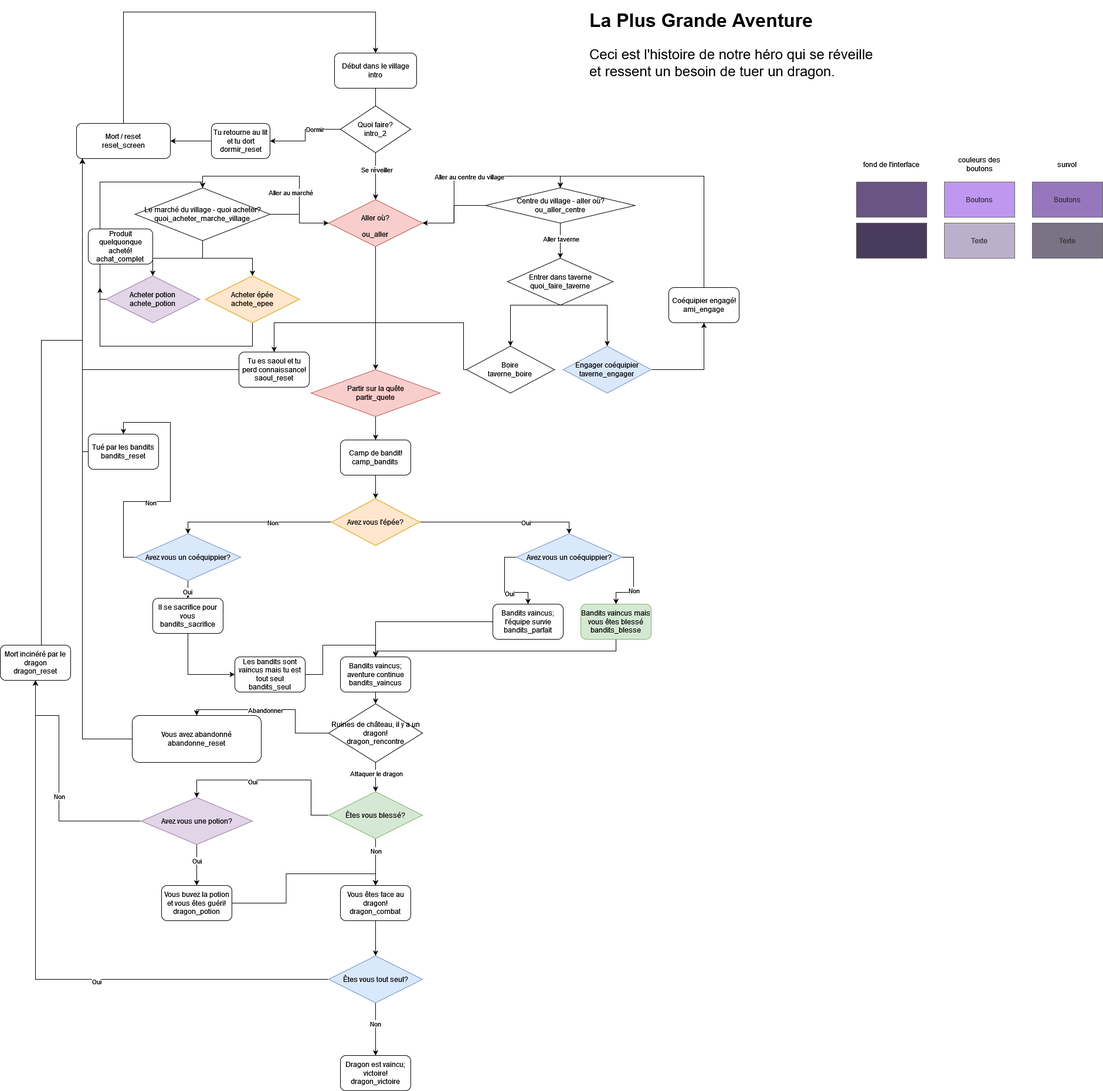
Earlier version of the draw.io export assets/images/grande_aventure.drawio.png (joeballls/vous-etes-le-heros-la-plus-grande-aventure). Source tidied: cells renumbered, new cells last; positions are measured from the earlier drawing's top-left corner, leaving out a move shared by most shapes.
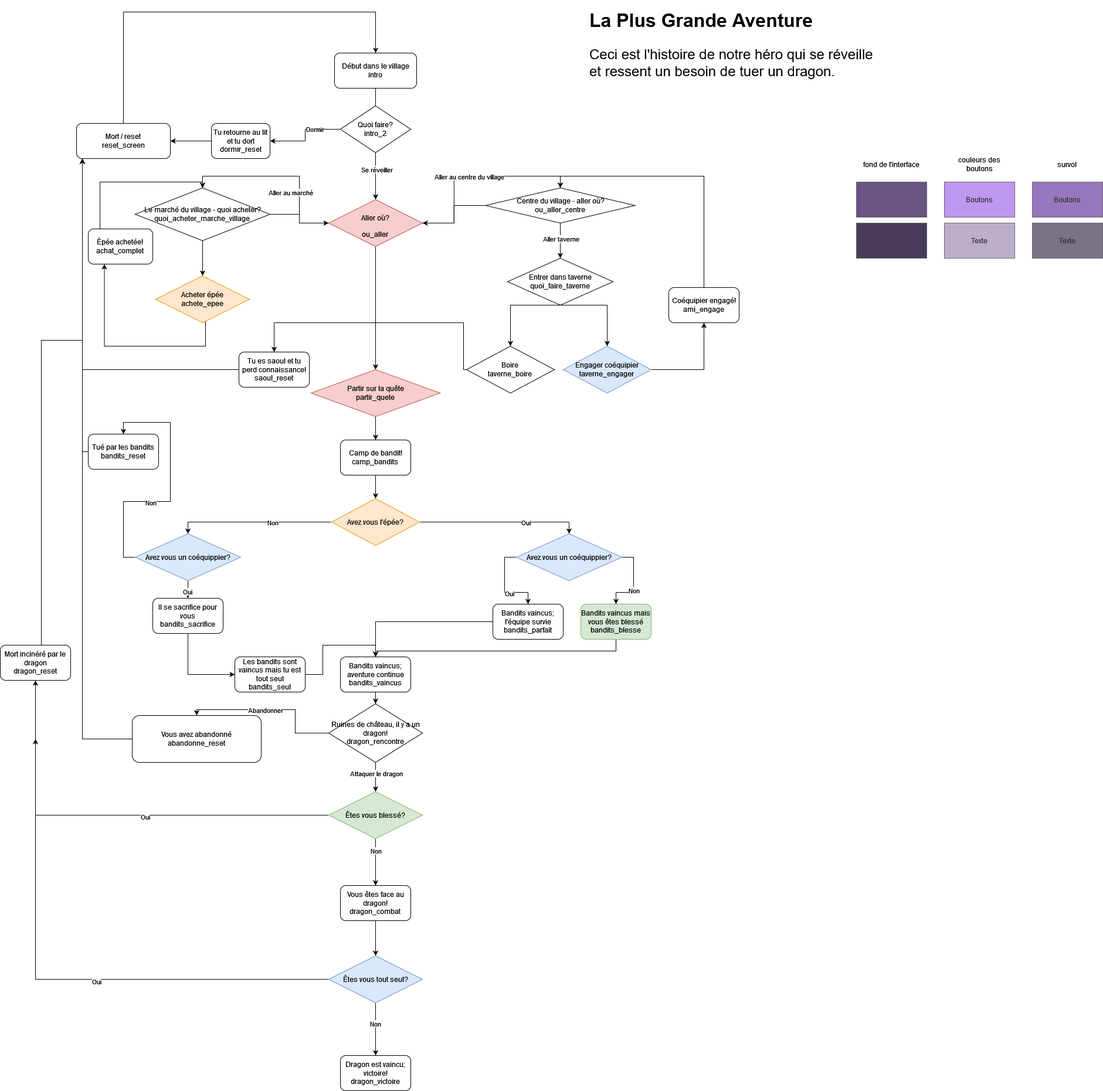
After the change.

Diff of the diagram source:
```diff
@@ -33,9 +33,6 @@
     <mxCell id="10" value="&lt;div&gt;&lt;font style=&quot;font-size: 12px;&quot; face=&quot;Helvetica&quot;&gt;Aller &lt;span class=&quot;VIiyi&quot; lang=&quot;fr&quot;&gt;&lt;span class=&quot;JLqJ4b ChMk0b&quot;&gt;&lt;span class=&quot;Q4iAWc&quot;&gt;où?&lt;/span&gt;&lt;/span&gt;&lt;/span&gt;&lt;/font&gt;&lt;/div&gt;&lt;div&gt;&lt;font style=&quot;font-size: 12px;&quot; face=&quot;Helvetica&quot;&gt;&lt;span class=&quot;VIiyi&quot; lang=&quot;fr&quot;&gt;&lt;span class=&quot;JLqJ4b ChMk0b&quot;&gt;&lt;span class=&quot;Q4iAWc&quot;&gt;ou_aller&lt;br&gt;&lt;/span&gt;&lt;/span&gt;&lt;/span&gt;&lt;/font&gt;&lt;/div&gt;" style="rhombus;whiteSpace=wrap;html=1;fontFamily=Comic Sans MS;fontSize=24;fillColor=#f8cecc;strokeColor=#b85450;" parent="1" vertex="1">
       <mxGeometry x="560" y="330" width="160" height="80" as="geometry" />
     </mxCell>
-    <mxCell id="11" style="edgeStyle=orthogonalEdgeStyle;rounded=0;jettySize=auto;html=1;entryX=0.5;entryY=0;entryDx=0;entryDy=0;fontFamily=Helvetica;fontSize=12;" parent="1" edge="1" source="14" target="22">
-      <mxGeometry relative="1" as="geometry" />
-    </mxCell>
     <mxCell id="12" style="edgeStyle=orthogonalEdgeStyle;rounded=0;jettySize=auto;html=1;fontFamily=Helvetica;fontSize=12;" parent="1" edge="1" source="14" target="24">
       <mxGeometry relative="1" as="geometry" />
     </mxCell>
@@ -79,20 +76,16 @@
         </Array>
       </mxGeometry>
     </mxCell>
-    <mxCell id="22" value="&lt;div&gt;Acheter potion&lt;/div&gt;&lt;div&gt;achete_potion&lt;br&gt;&lt;/div&gt;" style="rhombus;whiteSpace=wrap;html=1;fontFamily=Helvetica;fontSize=12;fillColor=#e1d5e7;strokeColor=#9673a6;" parent="1" vertex="1">
-      <mxGeometry x="180" y="460" width="160" height="80" as="geometry" />
-    </mxCell>
-    <mxCell id="23" style="edgeStyle=orthogonalEdgeStyle;rounded=0;jettySize=auto;html=1;" parent="1" edge="1" source="24">
+    <mxCell id="23" style="edgeStyle=orthogonalEdgeStyle;rounded=0;jettySize=auto;html=1;entryX=0.75;entryY=0;entryDx=0;entryDy=0;" parent="1" edge="1" source="24" target="112">
       <mxGeometry relative="1" as="geometry">
-        <mxPoint x="170" y="480" as="targetPoint" />
         <Array as="points">
-          <mxPoint x="430" y="580" />
-          <mxPoint x="170" y="580" />
+          <mxPoint x="350" y="580" />
+          <mxPoint x="178" y="580" />
         </Array>
       </mxGeometry>
     </mxCell>
     <mxCell id="24" value="&lt;div&gt;Acheter épée&lt;/div&gt;&lt;div&gt;achete_epee&lt;br&gt;&lt;/div&gt;" style="rhombus;whiteSpace=wrap;html=1;fontFamily=Helvetica;fontSize=12;fillColor=#ffe6cc;strokeColor=#d79b00;" parent="1" vertex="1">
-      <mxGeometry x="350" y="460" width="160" height="80" as="geometry" />
+      <mxGeometry x="265" y="460" width="160" height="80" as="geometry" />
     </mxCell>
     <mxCell id="25" style="edgeStyle=orthogonalEdgeStyle;rounded=0;jettySize=auto;html=1;entryX=0.5;entryY=0;entryDx=0;entryDy=0;fontFamily=Helvetica;fontSize=12;" parent="1" edge="1" target="29">
       <mxGeometry relative="1" as="geometry">
@@ -268,12 +261,11 @@
     <mxCell id="68" value="&lt;div&gt;Ruines de château, il y a un dragon!&lt;/div&gt;&lt;div&gt;dragon_rencontre&lt;br&gt;&lt;/div&gt;" style="rhombus;whiteSpace=wrap;html=1;fontFamily=Helvetica;fontSize=12;fontColor=default;align=center;strokeColor=default;fillColor=default;" parent="1" vertex="1">
       <mxGeometry x="560" y="1190" width="160" height="100" as="geometry" />
     </mxCell>
-    <mxCell id="69" style="edgeStyle=orthogonalEdgeStyle;rounded=0;jettySize=auto;html=1;entryX=0.5;entryY=0;entryDx=0;entryDy=0;exitX=0;exitY=0.5;exitDx=0;exitDy=0;" parent="1" edge="1" source="73" target="78">
+    <mxCell id="69" style="edgeStyle=orthogonalEdgeStyle;rounded=0;jettySize=auto;html=1;exitX=0;exitY=0.5;exitDx=0;exitDy=0;" parent="1" edge="1" source="73">
       <mxGeometry relative="1" as="geometry">
+        <mxPoint x="60" y="1250" as="targetPoint" />
         <Array as="points">
-          <mxPoint x="530" y="1380" />
-          <mxPoint x="530" y="1320" />
-          <mxPoint x="335" y="1320" />
+          <mxPoint x="60" y="1380" />
         </Array>
       </mxGeometry>
     </mxCell>
@@ -293,27 +285,6 @@
     <mxCell id="73" value="Êtes vous blessé?" style="rhombus;whiteSpace=wrap;html=1;fillColor=#d5e8d4;strokeColor=#82b366;" parent="1" vertex="1">
       <mxGeometry x="560" y="1340" width="160" height="80" as="geometry" />
     </mxCell>
-    <mxCell id="74" style="edgeStyle=orthogonalEdgeStyle;rounded=0;jettySize=auto;html=1;entryX=0.5;entryY=1;entryDx=0;entryDy=0;" parent="1" edge="1" source="78" target="80">
-      <mxGeometry relative="1" as="geometry">
-        <Array as="points">
-          <mxPoint x="100" y="1390" />
-          <mxPoint x="100" y="1210" />
-          <mxPoint x="60" y="1210" />
-        </Array>
-      </mxGeometry>
-    </mxCell>
-    <mxCell id="75" value="Non" style="edgeLabel;html=1;align=center;verticalAlign=middle;" parent="74" vertex="1">
-      <mxGeometry x="-0.13" relative="1" as="geometry" />
-    </mxCell>
-    <mxCell id="76" style="edgeStyle=orthogonalEdgeStyle;rounded=0;jettySize=auto;html=1;entryX=0.5;entryY=0;entryDx=0;entryDy=0;" parent="1" edge="1" source="78" target="82">
-      <mxGeometry relative="1" as="geometry" />
-    </mxCell>
-    <mxCell id="77" value="Oui" style="edgeLabel;html=1;align=center;verticalAlign=middle;" parent="76" vertex="1">
-      <mxGeometry x="-0.22" y="-1" relative="1" as="geometry" />
-    </mxCell>
-    <mxCell id="78" value="Avez vous une potion?" style="rhombus;whiteSpace=wrap;html=1;fillColor=#e1d5e7;strokeColor=#9673a6;" parent="1" vertex="1">
-      <mxGeometry x="240" y="1350" width="190" height="80" as="geometry" />
-    </mxCell>
     <mxCell id="79" style="edgeStyle=orthogonalEdgeStyle;rounded=0;jettySize=auto;html=1;" parent="1" edge="1" source="80" target="20">
       <mxGeometry relative="1" as="geometry">
         <Array as="points">
@@ -325,12 +296,6 @@
     <mxCell id="80" value="&lt;div&gt;Mort incinéré par le dragon&lt;/div&gt;&lt;div&gt;dragon_reset&lt;br&gt;&lt;/div&gt;" style="rounded=1;whiteSpace=wrap;html=1;" parent="1" vertex="1">
       <mxGeometry y="1090" width="120" height="60" as="geometry" />
     </mxCell>
-    <mxCell id="81" style="edgeStyle=orthogonalEdgeStyle;rounded=0;jettySize=auto;html=1;entryX=0.5;entryY=0;entryDx=0;entryDy=0;" parent="1" edge="1" source="82" target="84">
-      <mxGeometry relative="1" as="geometry" />
-    </mxCell>
-    <mxCell id="82" value="&lt;div&gt;Vous buvez la potion et vous êtes guéri!&lt;/div&gt;&lt;div&gt;dragon_potion&lt;br&gt;&lt;/div&gt;" style="rounded=1;whiteSpace=wrap;html=1;" parent="1" vertex="1">
-      <mxGeometry x="275" y="1500" width="120" height="60" as="geometry" />
-    </mxCell>
     <mxCell id="83" style="edgeStyle=orthogonalEdgeStyle;rounded=0;jettySize=auto;html=1;" parent="1" edge="1" source="84" target="89">
       <mxGeometry relative="1" as="geometry" />
     </mxCell>
@@ -430,15 +395,8 @@
     <mxCell id="111" value="&lt;div&gt;Tu retourne au lit et tu dort&lt;/div&gt;&lt;div&gt;dormir_reset&lt;/div&gt;" style="rounded=1;whiteSpace=wrap;html=1;" parent="1" vertex="1">
       <mxGeometry x="360" y="200" width="100" height="60" as="geometry" />
     </mxCell>
-    <mxCell id="112" value="&lt;div&gt;Produit quelquonque acheté!&lt;/div&gt;&lt;div&gt;achat_complet&lt;br&gt;&lt;/div&gt;" style="rounded=1;whiteSpace=wrap;html=1;direction=west;" parent="1" vertex="1">
+    <mxCell id="112" value="&lt;div&gt;Épée achetée!&lt;/div&gt;&lt;div&gt;achat_complet&lt;br&gt;&lt;/div&gt;" style="rounded=1;whiteSpace=wrap;html=1;direction=west;" parent="1" vertex="1">
       <mxGeometry x="150" y="380" width="110" height="60" as="geometry" />
     </mxCell>
-    <mxCell id="113" style="edgeStyle=orthogonalEdgeStyle;rounded=0;jettySize=auto;html=1;entryX=0.5;entryY=0;entryDx=0;entryDy=0;endArrow=none;" parent="1" edge="1" source="22" target="112">
-      <mxGeometry relative="1" as="geometry">
-        <Array as="points">
-          <mxPoint x="170" y="500" />
-        </Array>
-      </mxGeometry>
-    </mxCell>
   </root>
 </mxGraphModel>
```
